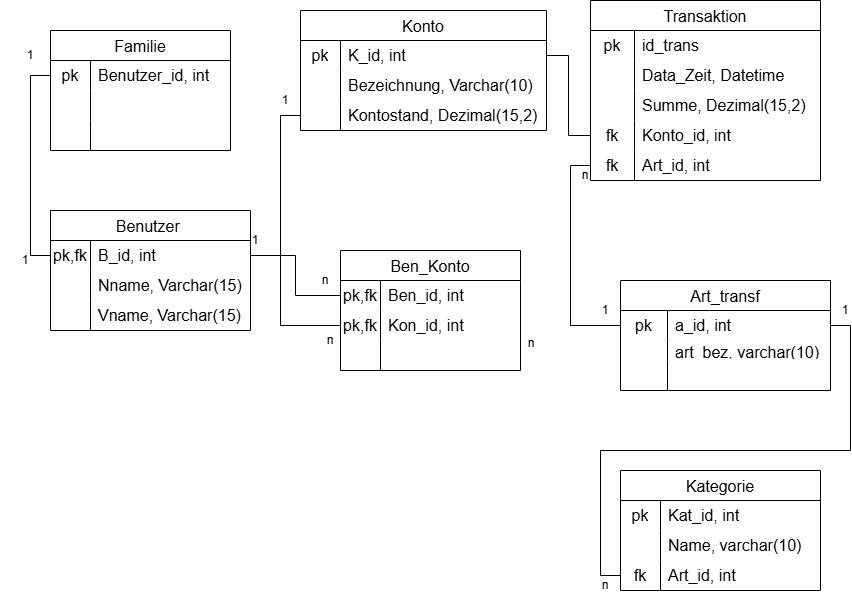
This is image/budget_relmodell.drawio.png from MaryGh20/Budgetverwaltungsssystem1, a draw.io export, as it was before one commit. Source tidied: cells renumbered, new cells last; positions are measured from the earlier drawing's top-left corner, leaving out a move shared by most shapes.
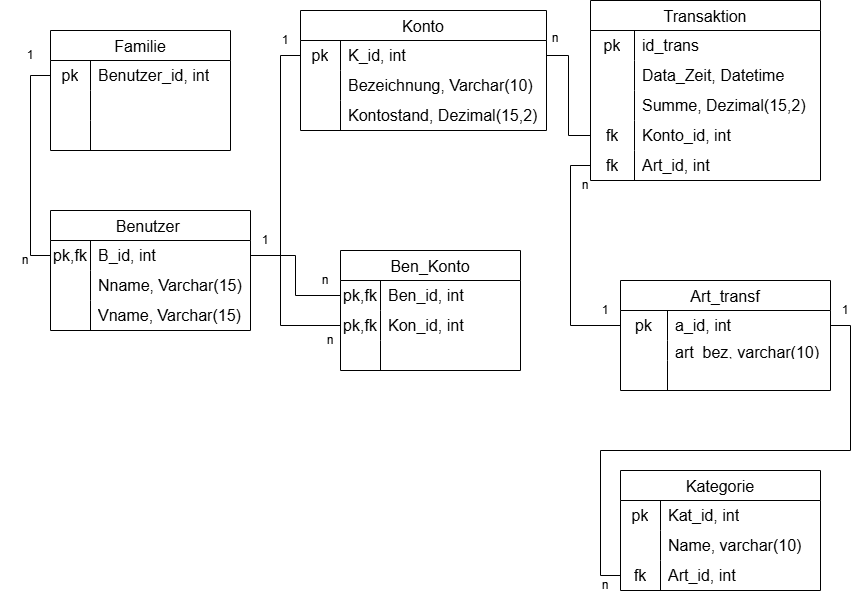
Later version of the same file.

Diff of the diagram source:
```diff
@@ -68,7 +68,7 @@
     <mxCell id="23" value="1" style="text;html=1;whiteSpace=wrap;strokeColor=none;fillColor=none;align=center;verticalAlign=middle;rounded=0;" parent="1" vertex="1">
       <mxGeometry y="40" width="60" height="30" as="geometry" />
     </mxCell>
-    <mxCell id="24" value="1" style="text;html=1;whiteSpace=wrap;strokeColor=none;fillColor=none;align=center;verticalAlign=middle;rounded=0;" parent="1" vertex="1">
+    <mxCell id="24" value="n" style="text;html=1;whiteSpace=wrap;strokeColor=none;fillColor=none;align=center;verticalAlign=middle;rounded=0;" parent="1" vertex="1">
       <mxGeometry x="10" y="250" width="30" height="20" as="geometry" />
     </mxCell>
     <mxCell id="25" value="Ben_Konto" style="shape=table;startSize=30;rowLines=0;fontStyle=0;strokeColor=default;fontSize=16;" parent="1" vertex="1">
@@ -135,13 +135,13 @@
       <mxGeometry relative="1" as="geometry" />
     </mxCell>
     <mxCell id="46" value="1" style="text;html=1;whiteSpace=wrap;strokeColor=none;fillColor=none;align=center;verticalAlign=middle;rounded=0;" parent="1" vertex="1">
-      <mxGeometry x="240" y="230" width="30" height="20" as="geometry" />
+      <mxGeometry x="250" y="230" width="30" height="20" as="geometry" />
     </mxCell>
     <mxCell id="47" value="n" style="text;html=1;whiteSpace=wrap;strokeColor=none;fillColor=none;align=center;verticalAlign=middle;rounded=0;" parent="1" vertex="1">
       <mxGeometry x="310" y="270" width="30" height="20" as="geometry" />
     </mxCell>
     <mxCell id="48" value="n" style="text;html=1;whiteSpace=wrap;strokeColor=none;fillColor=none;align=center;verticalAlign=middle;rounded=0;" parent="1" vertex="1">
-      <mxGeometry x="516" y="335" width="30" height="15" as="geometry" />
+      <mxGeometry x="540" y="30" width="30" height="15" as="geometry" />
     </mxCell>
     <mxCell id="49" value="Transaktion" style="shape=table;startSize=30;rowLines=0;fontStyle=0;strokeColor=default;fontSize=16;" parent="1" vertex="1">
       <mxGeometry x="590" width="230" height="180" as="geometry" />
@@ -191,14 +191,14 @@
     <mxCell id="64" value="Art_id, int" style="shape=partialRectangle;html=1;whiteSpace=wrap;fillColor=none;top=0;left=0;bottom=0;right=0;align=left;spacingLeft=6;overflow=hidden;strokeColor=inherit;fontSize=16;" parent="62" vertex="1">
       <mxGeometry x="44" width="186" height="30" as="geometry" />
     </mxCell>
-    <mxCell id="65" style="edgeStyle=orthogonalEdgeStyle;rounded=0;jettySize=auto;html=1;exitX=0;exitY=0.5;exitDx=0;exitDy=0;entryX=0;entryY=0.5;entryDx=0;entryDy=0;endArrow=none;endFill=0;" parent="1" edge="1" source="29" target="42">
+    <mxCell id="65" style="edgeStyle=orthogonalEdgeStyle;rounded=0;jettySize=auto;html=1;exitX=0;exitY=0.5;exitDx=0;exitDy=0;entryX=0;entryY=0.5;entryDx=0;entryDy=0;endArrow=none;endFill=0;" parent="1" edge="1" source="29" target="36">
       <mxGeometry relative="1" as="geometry" />
     </mxCell>
     <mxCell id="66" value="n" style="text;html=1;whiteSpace=wrap;strokeColor=none;fillColor=none;align=center;verticalAlign=middle;rounded=0;" parent="1" vertex="1">
       <mxGeometry x="320" y="330" width="20" height="20" as="geometry" />
     </mxCell>
     <mxCell id="67" value="1" style="text;html=1;whiteSpace=wrap;strokeColor=none;fillColor=none;align=center;verticalAlign=middle;rounded=0;" parent="1" vertex="1">
-      <mxGeometry x="270" y="90" width="30" height="20" as="geometry" />
+      <mxGeometry x="270" y="30" width="30" height="20" as="geometry" />
     </mxCell>
     <mxCell id="68" style="edgeStyle=orthogonalEdgeStyle;rounded=0;jettySize=auto;html=1;exitX=0;exitY=0.5;exitDx=0;exitDy=0;entryX=1;entryY=0.5;entryDx=0;entryDy=0;endArrow=none;endFill=0;" parent="1" edge="1" source="59" target="36">
       <mxGeometry relative="1" as="geometry" />
@@ -240,7 +240,7 @@
       <mxGeometry x="590" y="300" width="30" height="20" as="geometry" />
     </mxCell>
     <mxCell id="81" value="n" style="text;html=1;whiteSpace=wrap;strokeColor=none;fillColor=none;align=center;verticalAlign=middle;rounded=0;" parent="1" vertex="1">
-      <mxGeometry x="570" y="160" width="30" height="30" as="geometry" />
+      <mxGeometry x="570" y="170" width="30" height="30" as="geometry" />
     </mxCell>
     <mxCell id="82" value="Kategorie" style="shape=table;startSize=30;rowLines=0;fontStyle=0;strokeColor=default;fontSize=16;" parent="1" vertex="1">
       <mxGeometry x="620" y="470" width="200" height="120" as="geometry" />
```
